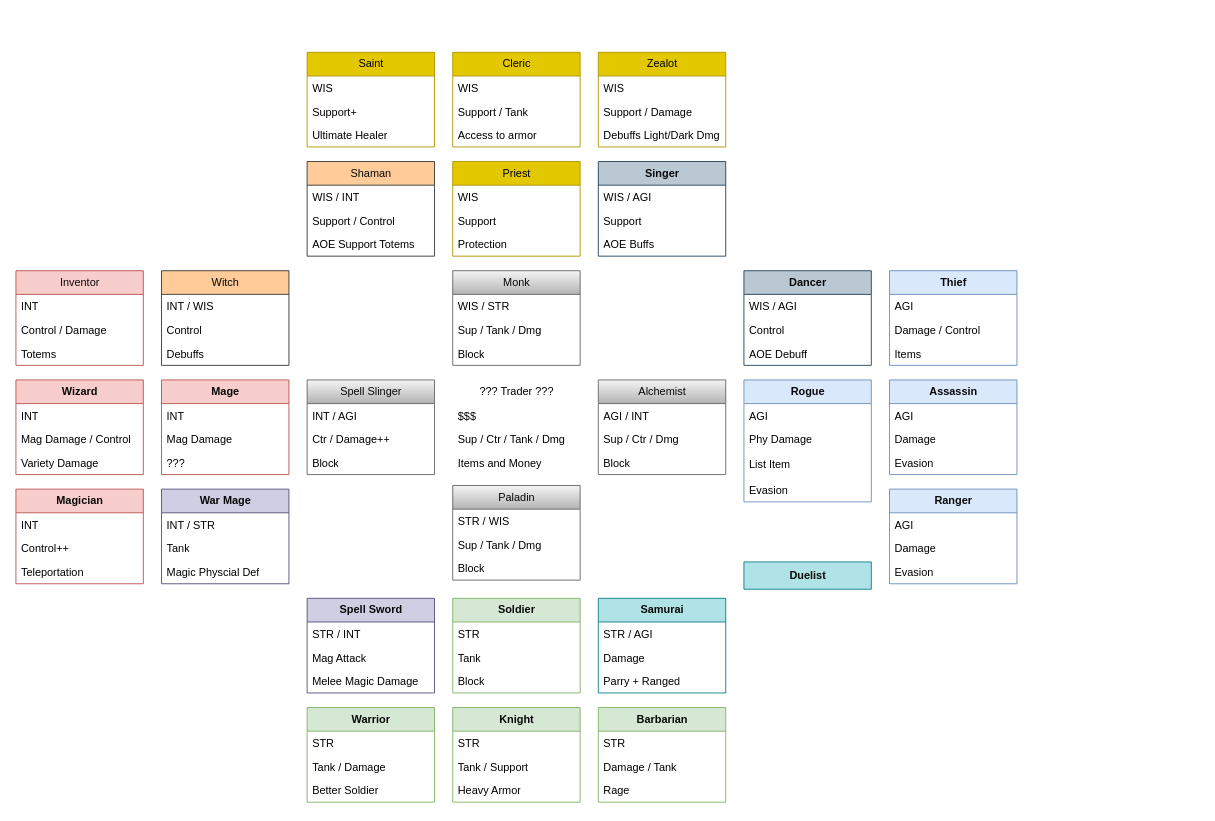
Above: page "Page-1" (1 of 5) of notes/Classes.drawio in jhunt10/Pages (draw.io), before the change. Source tidied: cells renumbered, new cells numbered last; positions are measured from the earlier drawing's top-left corner, leaving out a move shared by most shapes. Both pictures are drawn from the tidied source at 91%, with x=0, y=0 at pixel (15, 52). Pictures stored in the file or linked from it are replaced by grey dashed boxes.
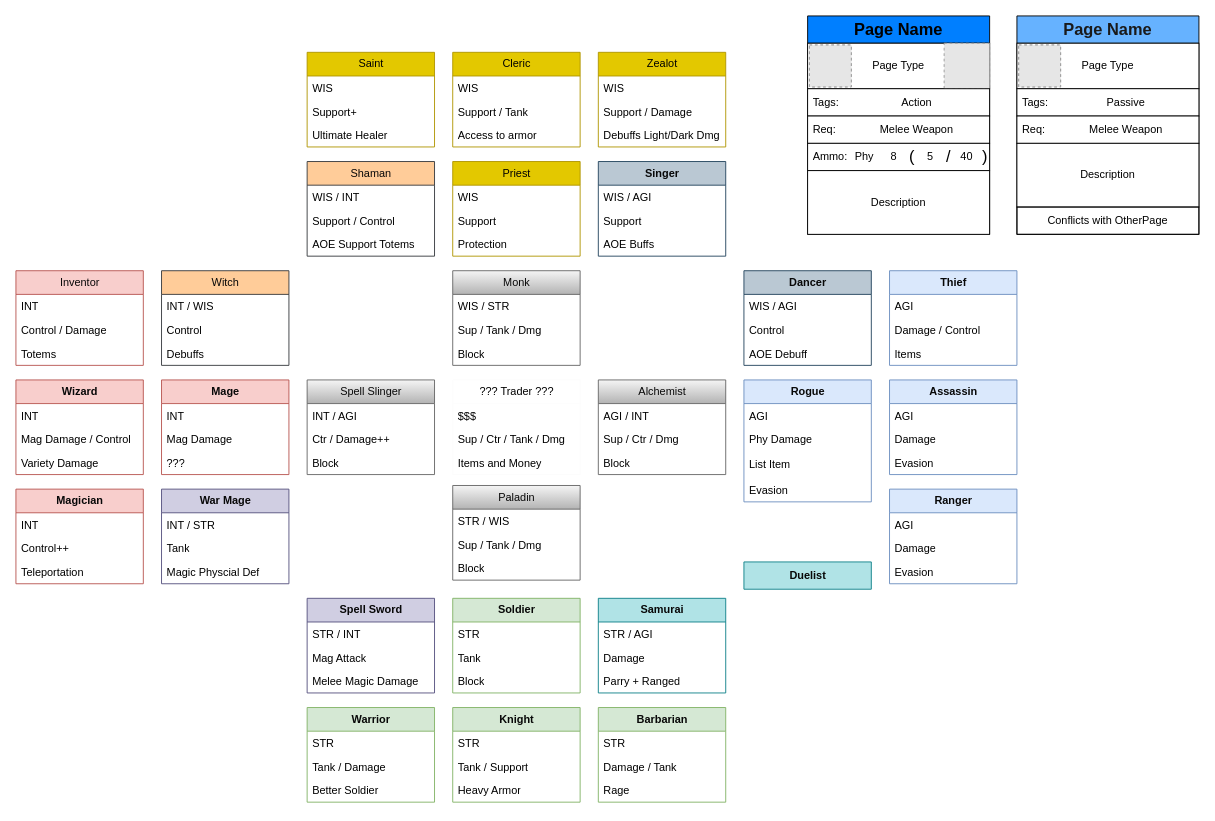
The same page after the edit.

Change to the diagram source:
```diff
@@
+    <mxCell id="116" value="&lt;font style=&quot;font-size: 18px;&quot;&gt;&lt;b&gt;Page Name&lt;/b&gt;&lt;/font&gt;" style="swimlane;fontStyle=0;horizontal=1;startSize=30;whiteSpace=wrap;html=1;fillColor=#007FFF;" parent="1" vertex="1">
+      <mxGeometry x="870" y="-40" width="200" height="240" as="geometry" />
+    </mxCell>
+    <mxCell id="117" style="group;align=center;fillColor=default;strokeColor=default;" parent="116" vertex="1">
+      <mxGeometry y="30" width="200" height="50" as="geometry" />
+    </mxCell>
+    <mxCell id="118" value="&lt;div&gt;Page Type&lt;/div&gt;" style="text;strokeColor=none;fillColor=none;align=center;verticalAlign=middle;spacingLeft=4;spacingRight=4;overflow=hidden;whiteSpace=wrap;html=1;" parent="117" vertex="1">
+      <mxGeometry width="200" height="49" as="geometry" />
+    </mxCell>
+    <mxCell id="119" style="fillColor=#E6E6E6;strokeColor=#999999;dashed=1;verticalLabelPosition=bottom;labelBackgroundColor=default;verticalAlign=top;" parent="117" vertex="1">
+      <mxGeometry x="150" width="50" height="50" as="geometry" />
+    </mxCell>
+    <mxCell id="120" style="fillColor=#E6E6E6;strokeColor=#999999;dashed=1;verticalLabelPosition=bottom;labelBackgroundColor=default;verticalAlign=top;" parent="117" vertex="1">
+      <mxGeometry x="2" y="2" width="46" height="46" as="geometry" />
+    </mxCell>
+    <mxCell id="121" style="fillColor=#E6E6E6;strokeColor=#999999;dashed=1;verticalLabelPosition=bottom;labelBackgroundColor=default;verticalAlign=top;" parent="117" vertex="1">
+      <mxGeometry x="2" y="2" width="46" height="46" as="geometry" />
+    </mxCell>
+    <mxCell id="122" style="group;" parent="116" vertex="1">
+      <mxGeometry y="80" width="200" height="30" as="geometry" />
+    </mxCell>
+    <mxCell id="123" value="Tags:&amp;nbsp;" style="text;strokeColor=default;fillColor=default;align=left;verticalAlign=middle;spacingLeft=4;spacingRight=4;overflow=hidden;whiteSpace=wrap;html=1;" parent="122" vertex="1">
+      <mxGeometry width="200" height="30" as="geometry" />
+    </mxCell>
+    <mxCell id="124" value="Action" style="text;html=1;align=center;verticalAlign=middle;whiteSpace=wrap;rounded=0;" parent="122" vertex="1">
+      <mxGeometry x="40" width="160" height="30" as="geometry" />
+    </mxCell>
+    <mxCell id="125" style="group;" parent="116" vertex="1">
+      <mxGeometry y="110" width="200" height="30" as="geometry" />
+    </mxCell>
+    <mxCell id="126" value="Req:" style="text;strokeColor=default;fillColor=default;align=left;verticalAlign=middle;spacingLeft=4;spacingRight=4;overflow=hidden;whiteSpace=wrap;html=1;" parent="125" vertex="1">
+      <mxGeometry width="200" height="30" as="geometry" />
+    </mxCell>
+    <mxCell id="127" value="Melee Weapon" style="text;html=1;align=center;verticalAlign=middle;whiteSpace=wrap;rounded=0;" parent="125" vertex="1">
+      <mxGeometry x="40" width="160" height="30" as="geometry" />
+    </mxCell>
+    <mxCell id="128" style="group;" parent="116" vertex="1">
+      <mxGeometry y="140" width="200" height="30" as="geometry" />
+    </mxCell>
+    <mxCell id="129" value="Ammo:&amp;nbsp;" style="text;strokeColor=default;fillColor=default;align=left;verticalAlign=middle;spacingLeft=4;spacingRight=4;overflow=hidden;whiteSpace=wrap;html=1;" parent="128" vertex="1">
+      <mxGeometry width="200" height="30" as="geometry" />
+    </mxCell>
+    <mxCell id="130" value="Phy" style="text;html=1;align=center;verticalAlign=middle;whiteSpace=wrap;rounded=0;" parent="128" vertex="1">
+      <mxGeometry x="45" width="35" height="30" as="geometry" />
+    </mxCell>
+    <mxCell id="131" value="8" style="text;html=1;align=center;verticalAlign=middle;whiteSpace=wrap;rounded=0;" parent="128" vertex="1">
+      <mxGeometry x="80" width="30" height="30" as="geometry" />
+    </mxCell>
+    <mxCell id="132" value="(" style="text;html=1;align=center;verticalAlign=middle;whiteSpace=wrap;rounded=0;fontSize=18;" parent="128" vertex="1">
+      <mxGeometry x="110" width="10" height="30" as="geometry" />
+    </mxCell>
+    <mxCell id="133" value=")" style="text;html=1;align=center;verticalAlign=middle;whiteSpace=wrap;rounded=0;fontSize=18;" parent="128" vertex="1">
+      <mxGeometry x="190" width="10" height="30" as="geometry" />
+    </mxCell>
+    <mxCell id="134" value="/" style="text;html=1;align=center;verticalAlign=middle;whiteSpace=wrap;rounded=0;fontSize=18;" parent="128" vertex="1">
+      <mxGeometry x="150" width="10" height="30" as="geometry" />
+    </mxCell>
+    <mxCell id="135" value="5" style="text;html=1;align=center;verticalAlign=middle;whiteSpace=wrap;rounded=0;" parent="128" vertex="1">
+      <mxGeometry x="120" width="30" height="30" as="geometry" />
+    </mxCell>
+    <mxCell id="136" value="40" style="text;html=1;align=center;verticalAlign=middle;whiteSpace=wrap;rounded=0;" parent="128" vertex="1">
+      <mxGeometry x="160" width="30" height="30" as="geometry" />
+    </mxCell>
+    <mxCell id="137" value="Description" style="text;strokeColor=default;fillColor=default;align=center;verticalAlign=middle;spacingLeft=4;spacingRight=4;overflow=hidden;whiteSpace=wrap;html=1;" parent="116" vertex="1">
+      <mxGeometry y="170" width="200" height="70" as="geometry" />
+    </mxCell>
+    <mxCell id="138" value="&lt;font style=&quot;font-size: 18px;&quot;&gt;Page Name&lt;/font&gt;" style="swimlane;fontStyle=1;horizontal=1;startSize=30;whiteSpace=wrap;html=1;fillColor=#66B2FF;fontColor=#1A1A1A;" parent="1" vertex="1">
+      <mxGeometry x="1100" y="-40" width="200" height="240" as="geometry" />
+    </mxCell>
+    <mxCell id="139" style="group;align=center;fillColor=default;strokeColor=default;" parent="138" vertex="1">
+      <mxGeometry y="30" width="200" height="50" as="geometry" />
+    </mxCell>
+    <mxCell id="140" value="&lt;div&gt;Page Type&lt;/div&gt;" style="text;strokeColor=none;fillColor=none;align=center;verticalAlign=middle;spacingLeft=4;spacingRight=4;overflow=hidden;whiteSpace=wrap;html=1;" parent="139" vertex="1">
+      <mxGeometry width="200" height="49" as="geometry" />
+    </mxCell>
+    <mxCell id="141" style="fillColor=#E6E6E6;strokeColor=#999999;dashed=1;verticalLabelPosition=bottom;labelBackgroundColor=default;verticalAlign=top;" parent="139" vertex="1">
+      <mxGeometry x="2" y="2" width="46" height="46" as="geometry" />
+    </mxCell>
+    <mxCell id="142" style="fillColor=#E6E6E6;strokeColor=#999999;dashed=1;verticalLabelPosition=bottom;labelBackgroundColor=default;verticalAlign=top;" parent="139" vertex="1">
+      <mxGeometry x="2" y="2" width="46" height="46" as="geometry" />
+    </mxCell>
+    <mxCell id="143" style="group;" parent="138" vertex="1">
+      <mxGeometry y="80" width="200" height="30" as="geometry" />
+    </mxCell>
+    <mxCell id="144" value="Tags:&amp;nbsp;" style="text;strokeColor=default;fillColor=default;align=left;verticalAlign=middle;spacingLeft=4;spacingRight=4;overflow=hidden;whiteSpace=wrap;html=1;" parent="143" vertex="1">
+      <mxGeometry width="200" height="30" as="geometry" />
+    </mxCell>
+    <mxCell id="145" value="Passive" style="text;html=1;align=center;verticalAlign=middle;whiteSpace=wrap;rounded=0;" parent="143" vertex="1">
+      <mxGeometry x="40" width="160" height="30" as="geometry" />
+    </mxCell>
+    <mxCell id="146" style="group;" parent="138" vertex="1">
+      <mxGeometry y="110" width="200" height="30" as="geometry" />
+    </mxCell>
+    <mxCell id="147" value="Req:" style="text;strokeColor=default;fillColor=default;align=left;verticalAlign=middle;spacingLeft=4;spacingRight=4;overflow=hidden;whiteSpace=wrap;html=1;" parent="146" vertex="1">
+      <mxGeometry width="200" height="30" as="geometry" />
+    </mxCell>
+    <mxCell id="148" value="Melee Weapon" style="text;html=1;align=center;verticalAlign=middle;whiteSpace=wrap;rounded=0;" parent="146" vertex="1">
+      <mxGeometry x="40" width="160" height="30" as="geometry" />
+    </mxCell>
+    <mxCell id="149" value="Description" style="text;strokeColor=default;fillColor=default;align=center;verticalAlign=middle;spacingLeft=4;spacingRight=4;overflow=hidden;whiteSpace=wrap;html=1;" parent="138" vertex="1">
+      <mxGeometry y="140" width="200" height="70" as="geometry" />
+    </mxCell>
+    <mxCell id="150" value="Conflicts with OtherPage" style="text;strokeColor=default;fillColor=none;align=center;verticalAlign=middle;spacingLeft=4;spacingRight=4;overflow=hidden;whiteSpace=wrap;html=1;" parent="138" vertex="1">
+      <mxGeometry y="210" width="200" height="30" as="geometry" />
+    </mxCell>
```
